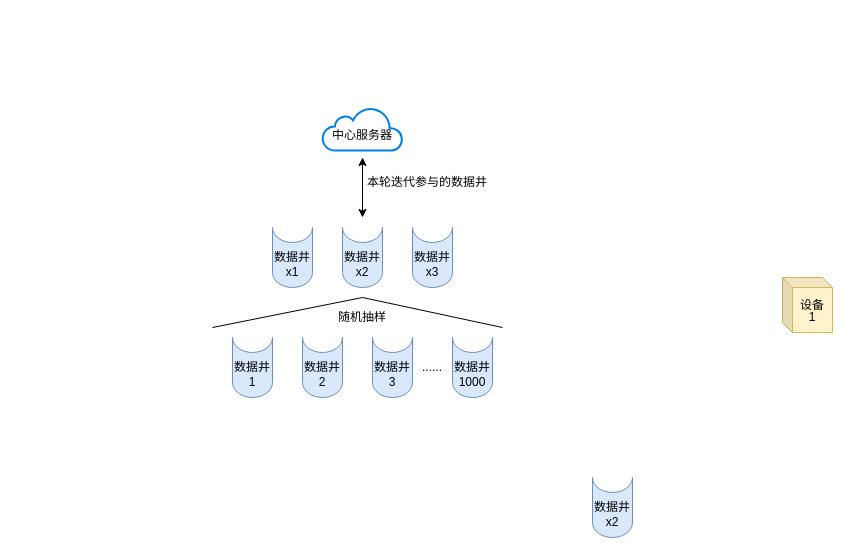
Before: Untitled Diagram.drawio in DiamondDocument/DiamondDocument, a draw.io diagram. Source tidied: cells renumbered, new cells numbered last; positions are measured from the earlier drawing's top-left corner, leaving out a move shared by most shapes. Both pictures are drawn from the tidied source at 100%, with x=0, y=0 at pixel (212, 107).
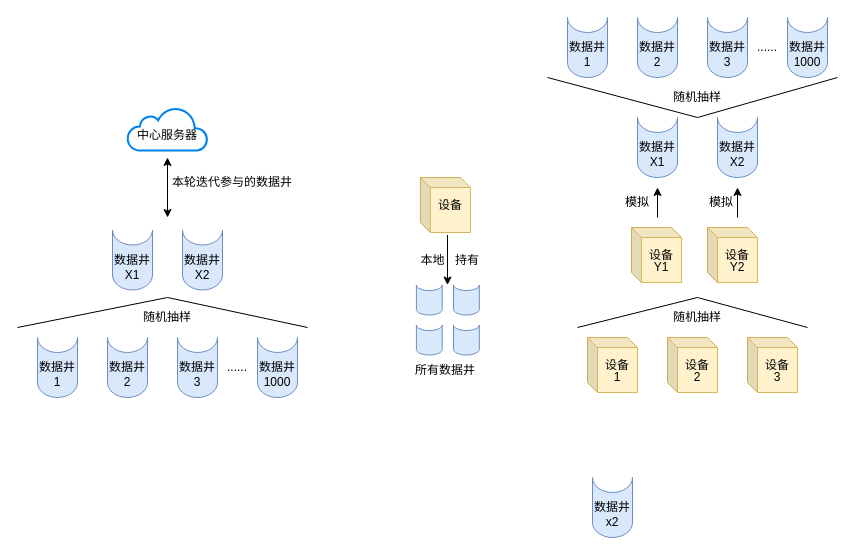
After the change.

The edit, as a diff of the source:
```diff
@@
+    <mxCell id="29" style="group;" parent="1" vertex="1">
+      <mxGeometry x="370" y="370" width="60" height="60" as="geometry" />
+    </mxCell>
+    <mxCell id="30" style="shape=cylinder3;whiteSpace=wrap;html=1;boundedLbl=1;backgroundOutline=1;size=15;lid=0;fillColor=#dae8fc;strokeColor=#6c8ebf;" parent="29" vertex="1">
+      <mxGeometry x="10" width="40" height="60" as="geometry" />
+    </mxCell>
+    <mxCell id="31" value="数据井" style="text;html=1;strokeColor=none;fillColor=none;align=center;verticalAlign=middle;whiteSpace=wrap;rounded=0;" parent="29" vertex="1">
+      <mxGeometry y="15" width="60" height="30" as="geometry" />
+    </mxCell>
+    <mxCell id="32" value="x2" style="text;html=1;strokeColor=none;fillColor=none;align=center;verticalAlign=middle;whiteSpace=wrap;rounded=0;" parent="29" vertex="1">
+      <mxGeometry y="30" width="60" height="30" as="geometry" />
+    </mxCell>
+    <mxCell id="49" style="group;" parent="1" vertex="1">
+      <mxGeometry x="455" y="230" width="60" height="55" as="geometry" />
+    </mxCell>
+    <mxCell id="50" style="shape=cube;whiteSpace=wrap;html=1;boundedLbl=1;backgroundOutline=1;darkOpacity=0.05;darkOpacity2=0.1;size=10;fillColor=#fff2cc;strokeColor=#d6b656;" parent="49" vertex="1">
+      <mxGeometry width="50" height="55" as="geometry" />
+    </mxCell>
+    <mxCell id="51" value="设备" style="text;html=1;strokeColor=none;fillColor=none;align=center;verticalAlign=middle;whiteSpace=wrap;rounded=0;" parent="49" vertex="1">
+      <mxGeometry y="12.5" width="60" height="30" as="geometry" />
+    </mxCell>
+    <mxCell id="52" value="2" style="text;html=1;strokeColor=none;fillColor=none;align=center;verticalAlign=middle;whiteSpace=wrap;rounded=0;" parent="49" vertex="1">
+      <mxGeometry y="25" width="60" height="30" as="geometry" />
+    </mxCell>
+    <mxCell id="53" style="group;" parent="1" vertex="1">
+      <mxGeometry x="535" y="230" width="60" height="55" as="geometry" />
+    </mxCell>
+    <mxCell id="54" style="shape=cube;whiteSpace=wrap;html=1;boundedLbl=1;backgroundOutline=1;darkOpacity=0.05;darkOpacity2=0.1;size=10;fillColor=#fff2cc;strokeColor=#d6b656;" parent="53" vertex="1">
+      <mxGeometry width="50" height="55" as="geometry" />
+    </mxCell>
+    <mxCell id="55" value="设备" style="text;html=1;strokeColor=none;fillColor=none;align=center;verticalAlign=middle;whiteSpace=wrap;rounded=0;" parent="53" vertex="1">
+      <mxGeometry y="12.5" width="60" height="30" as="geometry" />
+    </mxCell>
+    <mxCell id="56" value="3" style="text;html=1;strokeColor=none;fillColor=none;align=center;verticalAlign=middle;whiteSpace=wrap;rounded=0;" parent="53" vertex="1">
+      <mxGeometry y="25" width="60" height="30" as="geometry" />
+    </mxCell>
+    <mxCell id="57" style="group;" parent="1" vertex="1">
+      <mxGeometry x="185" y="70" width="82.9" height="207.5" as="geometry" />
+    </mxCell>
-    <mxCell id="2" style="group;" parent="1" vertex="1">
-      <mxGeometry x="570" y="170" width="60" height="55" as="geometry" />
+    <mxCell id="2" style="group;" parent="57" vertex="1">
+      <mxGeometry x="22.9" width="60" height="55" as="geometry" />
     </mxCell>
@@
-    <mxCell id="5" value="1" style="text;html=1;strokeColor=none;fillColor=none;align=center;verticalAlign=middle;whiteSpace=wrap;rounded=0;" parent="2" vertex="1">
-      <mxGeometry y="25" width="60" height="30" as="geometry" />
-    </mxCell>
+    <mxCell id="58" style="group;" parent="57" vertex="1">
+      <mxGeometry x="12.9" y="107.5" width="70" height="100" as="geometry" />
+    </mxCell>
+    <mxCell id="59" style="shape=cylinder3;whiteSpace=wrap;html=1;boundedLbl=1;backgroundOutline=1;size=5.518670595609194;lid=0;fillColor=#dae8fc;strokeColor=#6c8ebf;" parent="58" vertex="1">
+      <mxGeometry x="6" width="25.8" height="30" as="geometry" />
+    </mxCell>
+    <mxCell id="60" style="shape=cylinder3;whiteSpace=wrap;html=1;boundedLbl=1;backgroundOutline=1;size=5.518670595609194;lid=0;fillColor=#dae8fc;strokeColor=#6c8ebf;" parent="58" vertex="1">
+      <mxGeometry x="43.1" width="25.8" height="30" as="geometry" />
+    </mxCell>
+    <mxCell id="61" style="shape=cylinder3;whiteSpace=wrap;html=1;boundedLbl=1;backgroundOutline=1;size=5.518670595609194;lid=0;fillColor=#dae8fc;strokeColor=#6c8ebf;" parent="58" vertex="1">
+      <mxGeometry x="6" y="40" width="25.8" height="30" as="geometry" />
+    </mxCell>
+    <mxCell id="62" style="shape=cylinder3;whiteSpace=wrap;html=1;boundedLbl=1;backgroundOutline=1;size=5.518670595609194;lid=0;fillColor=#dae8fc;strokeColor=#6c8ebf;" parent="58" vertex="1">
+      <mxGeometry x="43.1" y="40" width="25.8" height="30" as="geometry" />
+    </mxCell>
+    <mxCell id="63" value="所有数据井" style="text;html=1;strokeColor=none;fillColor=none;align=center;verticalAlign=middle;whiteSpace=wrap;rounded=0;" parent="58" vertex="1">
+      <mxGeometry y="70" width="70" height="30" as="geometry" />
+    </mxCell>
+    <mxCell id="64" style="endArrow=classic;html=1;rounded=0;" parent="57" edge="1">
+      <mxGeometry relative="1" as="geometry">
+        <mxPoint x="50" y="57.5" as="sourcePoint" />
+        <mxPoint x="50" y="107.5" as="targetPoint" />
+      </mxGeometry>
+    </mxCell>
+    <mxCell id="65" value="持有" style="text;html=1;strokeColor=none;fillColor=none;align=center;verticalAlign=middle;whiteSpace=wrap;rounded=0;" parent="57" vertex="1">
+      <mxGeometry x="40" y="67.5" width="60" height="30" as="geometry" />
+    </mxCell>
+    <mxCell id="66" value="本地" style="text;html=1;align=center;verticalAlign=middle;strokeColor=none;fillColor=none;" parent="57" vertex="1">
+      <mxGeometry x="10" y="67.5" width="50" height="30" as="geometry" />
+    </mxCell>
+    <mxCell id="67" style="group;" parent="1" vertex="1">
+      <mxGeometry x="-195" width="290" height="290" as="geometry" />
+    </mxCell>
-    <mxCell id="6" style="group;" parent="1" vertex="1">
+    <mxCell id="6" style="group;" parent="67" vertex="1">
       <mxGeometry x="110" width="80" height="43" as="geometry" />
     </mxCell>
@@
-    <mxCell id="9" style="group;" parent="1" vertex="1">
+    <mxCell id="9" style="group;" parent="67" vertex="1">
       <mxGeometry x="10" y="230" width="280" height="60" as="geometry" />
     </mxCell>
@@
-    <mxCell id="27" style="endArrow=none;html=1;rounded=0;" parent="1" edge="1">
+    <mxCell id="27" style="endArrow=none;html=1;rounded=0;" parent="67" edge="1">
       <mxGeometry relative="1" as="geometry">
         <mxPoint x="150" y="190" as="sourcePoint" />
         <mxPoint x="290" y="220" as="targetPoint" />
       </mxGeometry>
     </mxCell>
-    <mxCell id="28" style="endArrow=none;html=1;rounded=0;" parent="1" edge="1">
+    <mxCell id="28" style="endArrow=none;html=1;rounded=0;" parent="67" edge="1">
       <mxGeometry relative="1" as="geometry">
         <mxPoint x="150" y="190" as="sourcePoint" />
         <mxPoint y="220" as="targetPoint" />
       </mxGeometry>
     </mxCell>
-    <mxCell id="29" style="group;" parent="1" vertex="1">
-      <mxGeometry x="370" y="370" width="60" height="60" as="geometry" />
-    </mxCell>
-    <mxCell id="30" style="shape=cylinder3;whiteSpace=wrap;html=1;boundedLbl=1;backgroundOutline=1;size=15;lid=0;fillColor=#dae8fc;strokeColor=#6c8ebf;" parent="29" vertex="1">
-      <mxGeometry x="10" width="40" height="60" as="geometry" />
-    </mxCell>
-    <mxCell id="31" value="数据井" style="text;html=1;strokeColor=none;fillColor=none;align=center;verticalAlign=middle;whiteSpace=wrap;rounded=0;" parent="29" vertex="1">
-      <mxGeometry y="15" width="60" height="30" as="geometry" />
-    </mxCell>
-    <mxCell id="32" value="x2" style="text;html=1;strokeColor=none;fillColor=none;align=center;verticalAlign=middle;whiteSpace=wrap;rounded=0;" parent="29" vertex="1">
-      <mxGeometry y="30" width="60" height="30" as="geometry" />
-    </mxCell>
-    <mxCell id="33" value="随机抽样" style="text;html=1;strokeColor=none;fillColor=none;align=center;verticalAlign=middle;whiteSpace=wrap;rounded=0;" parent="1" vertex="1">
+    <mxCell id="33" value="随机抽样" style="text;html=1;strokeColor=none;fillColor=none;align=center;verticalAlign=middle;whiteSpace=wrap;rounded=0;" parent="67" vertex="1">
       <mxGeometry x="120" y="195" width="60" height="30" as="geometry" />
     </mxCell>
-    <mxCell id="34" style="group;" parent="1" vertex="1">
-      <mxGeometry x="50" y="120" width="200" height="60" as="geometry" />
-    </mxCell>
+    <mxCell id="47" style="endArrow=classic;startArrow=classic;html=1;rounded=0;" parent="67" edge="1">
+      <mxGeometry relative="1" as="geometry">
+        <mxPoint x="150" y="110" as="sourcePoint" />
+        <mxPoint x="150" y="50" as="targetPoint" />
+      </mxGeometry>
+    </mxCell>
+    <mxCell id="48" value="本轮迭代参与的数据井" style="text;html=1;strokeColor=none;fillColor=none;align=center;verticalAlign=middle;whiteSpace=wrap;rounded=0;" parent="67" vertex="1">
+      <mxGeometry x="150" y="60" width="130" height="30" as="geometry" />
+    </mxCell>
+    <mxCell id="68" style="group;" parent="67" vertex="1">
+      <mxGeometry x="85" y="122.5" width="130" height="60" as="geometry" />
+    </mxCell>
-    <mxCell id="35" style="group;" parent="34" vertex="1">
+    <mxCell id="35" style="group;" parent="68" vertex="1">
       <mxGeometry width="60" height="60" as="geometry" />
     </mxCell>
@@
-    <mxCell id="38" value="x1" style="text;html=1;strokeColor=none;fillColor=none;align=center;verticalAlign=middle;whiteSpace=wrap;rounded=0;" parent="35" vertex="1">
+    <mxCell id="38" value="X1" style="text;html=1;strokeColor=none;fillColor=none;align=center;verticalAlign=middle;whiteSpace=wrap;rounded=0;" parent="35" vertex="1">
       <mxGeometry y="30" width="60" height="30" as="geometry" />
     </mxCell>
-    <mxCell id="39" style="group;" parent="34" vertex="1">
+    <mxCell id="39" style="group;" parent="68" vertex="1">
       <mxGeometry x="70" width="60" height="60" as="geometry" />
     </mxCell>
@@
-    <mxCell id="42" value="x2" style="text;html=1;strokeColor=none;fillColor=none;align=center;verticalAlign=middle;whiteSpace=wrap;rounded=0;" parent="39" vertex="1">
+    <mxCell id="42" value="X2" style="text;html=1;strokeColor=none;fillColor=none;align=center;verticalAlign=middle;whiteSpace=wrap;rounded=0;" parent="39" vertex="1">
       <mxGeometry y="30" width="60" height="30" as="geometry" />
     </mxCell>
+    <mxCell id="69" style="group;" parent="1" vertex="1">
+      <mxGeometry x="375" y="230" width="60" height="55" as="geometry" />
+    </mxCell>
+    <mxCell id="70" style="shape=cube;whiteSpace=wrap;html=1;boundedLbl=1;backgroundOutline=1;darkOpacity=0.05;darkOpacity2=0.1;size=10;fillColor=#fff2cc;strokeColor=#d6b656;" parent="69" vertex="1">
+      <mxGeometry width="50" height="55" as="geometry" />
+    </mxCell>
+    <mxCell id="71" value="设备" style="text;html=1;strokeColor=none;fillColor=none;align=center;verticalAlign=middle;whiteSpace=wrap;rounded=0;" parent="69" vertex="1">
+      <mxGeometry y="12.5" width="60" height="30" as="geometry" />
+    </mxCell>
+    <mxCell id="5" value="1" style="text;html=1;strokeColor=none;fillColor=none;align=center;verticalAlign=middle;whiteSpace=wrap;rounded=0;" parent="69" vertex="1">
+      <mxGeometry y="25" width="60" height="30" as="geometry" />
+    </mxCell>
+    <mxCell id="72" style="endArrow=none;html=1;rounded=0;" parent="1" edge="1">
+      <mxGeometry relative="1" as="geometry">
+        <mxPoint x="485" y="190" as="sourcePoint" />
+        <mxPoint x="595" y="220" as="targetPoint" />
+      </mxGeometry>
+    </mxCell>
+    <mxCell id="73" style="endArrow=none;html=1;rounded=0;" parent="1" edge="1">
+      <mxGeometry relative="1" as="geometry">
+        <mxPoint x="485" y="190" as="sourcePoint" />
+        <mxPoint x="365" y="220" as="targetPoint" />
+      </mxGeometry>
+    </mxCell>
+    <mxCell id="74" value="随机抽样" style="text;html=1;strokeColor=none;fillColor=none;align=center;verticalAlign=middle;whiteSpace=wrap;rounded=0;" parent="1" vertex="1">
+      <mxGeometry x="455" y="195" width="60" height="30" as="geometry" />
+    </mxCell>
+    <mxCell id="75" style="group;" parent="1" vertex="1">
+      <mxGeometry x="495" y="120" width="60" height="55" as="geometry" />
+    </mxCell>
+    <mxCell id="76" style="shape=cube;whiteSpace=wrap;html=1;boundedLbl=1;backgroundOutline=1;darkOpacity=0.05;darkOpacity2=0.1;size=10;fillColor=#fff2cc;strokeColor=#d6b656;" parent="75" vertex="1">
+      <mxGeometry width="50" height="55" as="geometry" />
+    </mxCell>
+    <mxCell id="77" value="设备" style="text;html=1;strokeColor=none;fillColor=none;align=center;verticalAlign=middle;whiteSpace=wrap;rounded=0;" parent="75" vertex="1">
+      <mxGeometry y="12.5" width="60" height="30" as="geometry" />
+    </mxCell>
+    <mxCell id="78" value="Y2" style="text;html=1;strokeColor=none;fillColor=none;align=center;verticalAlign=middle;whiteSpace=wrap;rounded=0;" parent="75" vertex="1">
+      <mxGeometry y="25" width="60" height="30" as="geometry" />
+    </mxCell>
+    <mxCell id="79" style="group;" parent="1" vertex="1">
+      <mxGeometry x="419" y="120" width="60" height="55" as="geometry" />
+    </mxCell>
+    <mxCell id="80" style="shape=cube;whiteSpace=wrap;html=1;boundedLbl=1;backgroundOutline=1;darkOpacity=0.05;darkOpacity2=0.1;size=10;fillColor=#fff2cc;strokeColor=#d6b656;" parent="79" vertex="1">
+      <mxGeometry width="50" height="55" as="geometry" />
+    </mxCell>
+    <mxCell id="81" value="设备" style="text;html=1;strokeColor=none;fillColor=none;align=center;verticalAlign=middle;whiteSpace=wrap;rounded=0;" parent="79" vertex="1">
+      <mxGeometry y="12.5" width="60" height="30" as="geometry" />
+    </mxCell>
+    <mxCell id="82" value="Y1" style="text;html=1;strokeColor=none;fillColor=none;align=center;verticalAlign=middle;whiteSpace=wrap;rounded=0;" parent="79" vertex="1">
+      <mxGeometry y="25" width="60" height="30" as="geometry" />
+    </mxCell>
+    <mxCell id="83" style="endArrow=classic;html=1;rounded=0;" parent="1" edge="1">
+      <mxGeometry relative="1" as="geometry">
+        <mxPoint x="445" y="110" as="sourcePoint" />
+        <mxPoint x="445" y="80" as="targetPoint" />
+      </mxGeometry>
+    </mxCell>
+    <mxCell id="84" style="group;" parent="1" vertex="1">
+      <mxGeometry x="415" y="10" width="60" height="60" as="geometry" />
+    </mxCell>
+    <mxCell id="85" style="shape=cylinder3;whiteSpace=wrap;html=1;boundedLbl=1;backgroundOutline=1;size=15;lid=0;fillColor=#dae8fc;strokeColor=#6c8ebf;" parent="84" vertex="1">
+      <mxGeometry x="10" width="40" height="60" as="geometry" />
+    </mxCell>
+    <mxCell id="86" value="数据井" style="text;html=1;strokeColor=none;fillColor=none;align=center;verticalAlign=middle;whiteSpace=wrap;rounded=0;" parent="84" vertex="1">
+      <mxGeometry y="15" width="60" height="30" as="geometry" />
+    </mxCell>
+    <mxCell id="87" value="X1" style="text;html=1;strokeColor=none;fillColor=none;align=center;verticalAlign=middle;whiteSpace=wrap;rounded=0;" parent="84" vertex="1">
+      <mxGeometry y="30" width="60" height="30" as="geometry" />
+    </mxCell>
+    <mxCell id="88" value="模拟" style="text;html=1;strokeColor=none;fillColor=none;align=center;verticalAlign=middle;whiteSpace=wrap;rounded=0;" parent="1" vertex="1">
+      <mxGeometry x="395" y="80" width="60" height="30" as="geometry" />
+    </mxCell>
+    <mxCell id="89" style="endArrow=classic;html=1;rounded=0;" parent="1" edge="1">
+      <mxGeometry relative="1" as="geometry">
+        <mxPoint x="525" y="110" as="sourcePoint" />
+        <mxPoint x="525" y="80" as="targetPoint" />
+      </mxGeometry>
+    </mxCell>
+    <mxCell id="90" style="group;" parent="1" vertex="1">
+      <mxGeometry x="495" y="10" width="60" height="60" as="geometry" />
+    </mxCell>
+    <mxCell id="91" style="shape=cylinder3;whiteSpace=wrap;html=1;boundedLbl=1;backgroundOutline=1;size=15;lid=0;fillColor=#dae8fc;strokeColor=#6c8ebf;" parent="90" vertex="1">
+      <mxGeometry x="10" width="40" height="60" as="geometry" />
+    </mxCell>
+    <mxCell id="92" value="数据井" style="text;html=1;strokeColor=none;fillColor=none;align=center;verticalAlign=middle;whiteSpace=wrap;rounded=0;" parent="90" vertex="1">
+      <mxGeometry y="15" width="60" height="30" as="geometry" />
+    </mxCell>
+    <mxCell id="93" value="X2" style="text;html=1;strokeColor=none;fillColor=none;align=center;verticalAlign=middle;whiteSpace=wrap;rounded=0;" parent="90" vertex="1">
+      <mxGeometry y="30" width="60" height="30" as="geometry" />
+    </mxCell>
+    <mxCell id="94" value="模拟" style="text;html=1;strokeColor=none;fillColor=none;align=center;verticalAlign=middle;whiteSpace=wrap;rounded=0;" parent="1" vertex="1">
+      <mxGeometry x="479" y="80" width="60" height="30" as="geometry" />
+    </mxCell>
+    <mxCell id="95" style="group;" parent="1" vertex="1">
+      <mxGeometry x="345" y="-90" width="280" height="60" as="geometry" />
+    </mxCell>
+    <mxCell id="96" style="group;" parent="95" vertex="1">
+      <mxGeometry width="60" height="60" as="geometry" />
+    </mxCell>
+    <mxCell id="97" style="shape=cylinder3;whiteSpace=wrap;html=1;boundedLbl=1;backgroundOutline=1;size=15;lid=0;fillColor=#dae8fc;strokeColor=#6c8ebf;" parent="96" vertex="1">
+      <mxGeometry x="10" width="40" height="60" as="geometry" />
+    </mxCell>
+    <mxCell id="98" value="数据井" style="text;html=1;strokeColor=none;fillColor=none;align=center;verticalAlign=middle;whiteSpace=wrap;rounded=0;" parent="96" vertex="1">
+      <mxGeometry y="15" width="60" height="30" as="geometry" />
+    </mxCell>
+    <mxCell id="99" value="1" style="text;html=1;strokeColor=none;fillColor=none;align=center;verticalAlign=middle;whiteSpace=wrap;rounded=0;" parent="96" vertex="1">
+      <mxGeometry y="30" width="60" height="30" as="geometry" />
+    </mxCell>
+    <mxCell id="100" style="group;" parent="95" vertex="1">
+      <mxGeometry x="70" width="60" height="60" as="geometry" />
+    </mxCell>
+    <mxCell id="101" style="shape=cylinder3;whiteSpace=wrap;html=1;boundedLbl=1;backgroundOutline=1;size=15;lid=0;fillColor=#dae8fc;strokeColor=#6c8ebf;" parent="100" vertex="1">
+      <mxGeometry x="10" width="40" height="60" as="geometry" />
+    </mxCell>
+    <mxCell id="102" value="数据井" style="text;html=1;strokeColor=none;fillColor=none;align=center;verticalAlign=middle;whiteSpace=wrap;rounded=0;" parent="100" vertex="1">
+      <mxGeometry y="15" width="60" height="30" as="geometry" />
+    </mxCell>
+    <mxCell id="103" value="2" style="text;html=1;strokeColor=none;fillColor=none;align=center;verticalAlign=middle;whiteSpace=wrap;rounded=0;" parent="100" vertex="1">
+      <mxGeometry y="30" width="60" height="30" as="geometry" />
+    </mxCell>
+    <mxCell id="104" style="group;" parent="95" vertex="1">
+      <mxGeometry x="220" width="60" height="60" as="geometry" />
+    </mxCell>
+    <mxCell id="105" style="shape=cylinder3;whiteSpace=wrap;html=1;boundedLbl=1;backgroundOutline=1;size=15;lid=0;fillColor=#dae8fc;strokeColor=#6c8ebf;" parent="104" vertex="1">
+      <mxGeometry x="10" width="40" height="60" as="geometry" />
+    </mxCell>
+    <mxCell id="106" value="数据井" style="text;html=1;strokeColor=none;fillColor=none;align=center;verticalAlign=middle;whiteSpace=wrap;rounded=0;" parent="104" vertex="1">
+      <mxGeometry y="15" width="60" height="30" as="geometry" />
+    </mxCell>
+    <mxCell id="107" value="1000" style="text;html=1;strokeColor=none;fillColor=none;align=center;verticalAlign=middle;whiteSpace=wrap;rounded=0;" parent="104" vertex="1">
+      <mxGeometry y="30" width="60" height="30" as="geometry" />
+    </mxCell>
+    <mxCell id="108" value="......" style="text;html=1;strokeColor=none;fillColor=none;align=center;verticalAlign=middle;whiteSpace=wrap;rounded=0;" parent="95" vertex="1">
+      <mxGeometry x="180" y="15" width="60" height="30" as="geometry" />
+    </mxCell>
-    <mxCell id="43" style="group;" parent="34" vertex="1">
+    <mxCell id="43" style="group;" parent="95" vertex="1">
       <mxGeometry x="140" width="60" height="60" as="geometry" />
     </mxCell>
-    <mxCell id="44" style="shape=cylinder3;whiteSpace=wrap;html=1;boundedLbl=1;backgroundOutline=1;size=15;lid=0;fillColor=#dae8fc;strokeColor=#6c8ebf;" parent="43" vertex="1">
-      <mxGeometry x="10" width="40" height="60" as="geometry" />
-    </mxCell>
-    <mxCell id="45" value="数据井" style="text;html=1;strokeColor=none;fillColor=none;align=center;verticalAlign=middle;whiteSpace=wrap;rounded=0;" parent="43" vertex="1">
-      <mxGeometry y="15" width="60" height="30" as="geometry" />
-    </mxCell>
-    <mxCell id="46" value="x3" style="text;html=1;strokeColor=none;fillColor=none;align=center;verticalAlign=middle;whiteSpace=wrap;rounded=0;" parent="43" vertex="1">
-      <mxGeometry y="30" width="60" height="30" as="geometry" />
-    </mxCell>
-    <mxCell id="47" style="endArrow=classic;startArrow=classic;html=1;rounded=0;" parent="1" edge="1">
-      <mxGeometry relative="1" as="geometry">
-        <mxPoint x="150" y="110" as="sourcePoint" />
-        <mxPoint x="150" y="50" as="targetPoint" />
-      </mxGeometry>
-    </mxCell>
-    <mxCell id="48" value="本轮迭代参与的数据井" style="text;html=1;strokeColor=none;fillColor=none;align=center;verticalAlign=middle;whiteSpace=wrap;rounded=0;" parent="1" vertex="1">
-      <mxGeometry x="150" y="60" width="130" height="30" as="geometry" />
-    </mxCell>
+    <mxCell id="109" style="shape=cylinder3;whiteSpace=wrap;html=1;boundedLbl=1;backgroundOutline=1;size=15;lid=0;fillColor=#dae8fc;strokeColor=#6c8ebf;" parent="43" vertex="1">
+      <mxGeometry x="10" width="40" height="60" as="geometry" />
+    </mxCell>
+    <mxCell id="110" value="数据井" style="text;html=1;strokeColor=none;fillColor=none;align=center;verticalAlign=middle;whiteSpace=wrap;rounded=0;" parent="43" vertex="1">
+      <mxGeometry y="15" width="60" height="30" as="geometry" />
+    </mxCell>
+    <mxCell id="111" value="3" style="text;html=1;strokeColor=none;fillColor=none;align=center;verticalAlign=middle;whiteSpace=wrap;rounded=0;" parent="43" vertex="1">
+      <mxGeometry y="30" width="60" height="30" as="geometry" />
+    </mxCell>
+    <mxCell id="112" style="endArrow=none;html=1;rounded=0;entryX=1;entryY=1;entryDx=0;entryDy=0;" parent="1" edge="1" target="107">
+      <mxGeometry relative="1" as="geometry">
+        <mxPoint x="485" y="10" as="sourcePoint" />
+      </mxGeometry>
+    </mxCell>
+    <mxCell id="113" style="endArrow=none;html=1;rounded=0;exitX=0.5;exitY=1;exitDx=0;exitDy=0;" parent="1" edge="1" source="114">
+      <mxGeometry relative="1" as="geometry">
+        <mxPoint x="335" y="-30" as="targetPoint" />
+      </mxGeometry>
+    </mxCell>
+    <mxCell id="114" value="随机抽样" style="text;html=1;strokeColor=none;fillColor=none;align=center;verticalAlign=middle;whiteSpace=wrap;rounded=0;" parent="1" vertex="1">
+      <mxGeometry x="455" y="-30" width="60" height="40" as="geometry" />
+    </mxCell>
```
